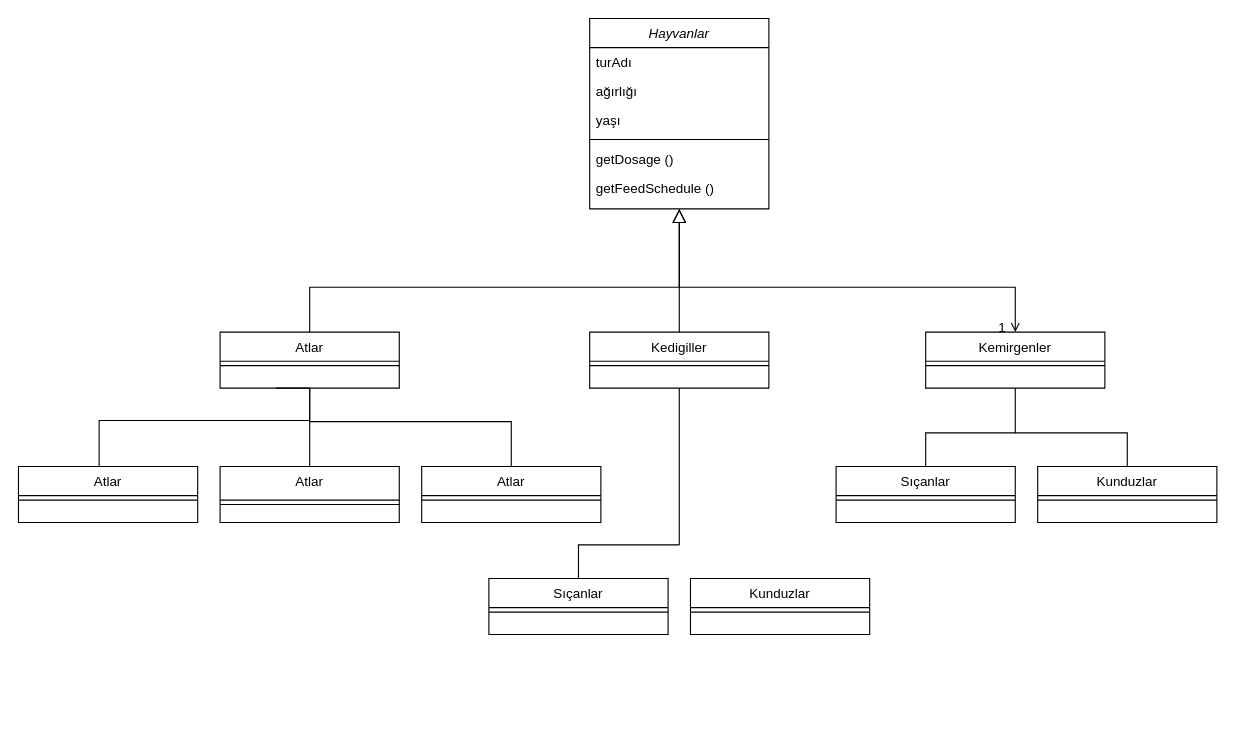
Above: Başlıksız Diyagram.drawio in sonmez27/OOP (draw.io), before the change. Source tidied: cells renumbered, new cells numbered last; positions are measured from the earlier drawing's top-left corner, leaving out a move shared by most shapes. Both pictures are drawn from the tidied source at 112%, with x=0, y=0 at pixel (-228, 18).
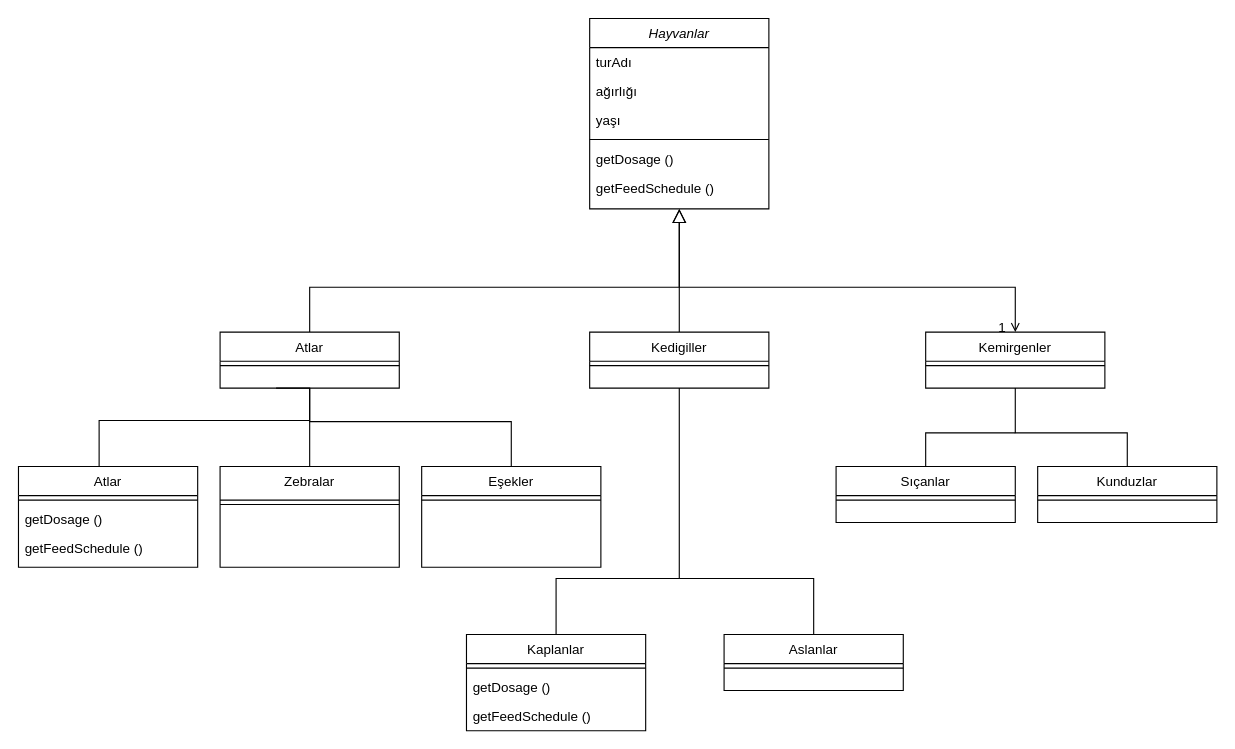
After the change.

Diff of the diagram source:
```diff
@@
     <mxCell id="21" value="Atlar" style="swimlane;fontStyle=0;align=center;verticalAlign=top;horizontal=1;startSize=26;rounded=0;shadow=0;strokeWidth=1;" parent="1" vertex="1">
-      <mxGeometry x="220" y="400" width="160" height="50" as="geometry" />
+      <mxGeometry x="220" y="400" width="160" height="90" as="geometry" />
     </mxCell>
@@
+    <mxCell id="40" value="getDosage ()" style="text;align=left;verticalAlign=top;spacingLeft=4;spacingRight=4;overflow=hidden;" parent="21" vertex="1">
+      <mxGeometry y="34" width="160" height="26" as="geometry" />
+    </mxCell>
+    <mxCell id="41" value="getFeedSchedule ()" style="text;align=left;verticalAlign=top;spacingLeft=4;spacingRight=4;overflow=hidden;" parent="21" vertex="1">
+      <mxGeometry y="60" width="160" height="26" as="geometry" />
+    </mxCell>
-    <mxCell id="23" value="Atlar" style="swimlane;fontStyle=0;align=center;verticalAlign=top;horizontal=1;startSize=26;rounded=0;shadow=0;strokeWidth=1;" parent="1" vertex="1">
-      <mxGeometry x="580" y="400" width="160" height="50" as="geometry" />
+    <mxCell id="23" value="Eşekler" style="swimlane;fontStyle=0;align=center;verticalAlign=top;horizontal=1;startSize=26;rounded=0;shadow=0;strokeWidth=1;" parent="1" vertex="1">
+      <mxGeometry x="580" y="400" width="160" height="90" as="geometry" />
     </mxCell>
@@
-    <mxCell id="25" value="Atlar" style="swimlane;fontStyle=0;align=center;verticalAlign=top;horizontal=1;startSize=30;rounded=0;shadow=0;strokeWidth=1;" parent="1" vertex="1">
-      <mxGeometry x="400" y="400" width="160" height="50" as="geometry" />
+    <mxCell id="25" value="Zebralar" style="swimlane;fontStyle=0;align=center;verticalAlign=top;horizontal=1;startSize=30;rounded=0;shadow=0;strokeWidth=1;" parent="1" vertex="1">
+      <mxGeometry x="400" y="400" width="160" height="90" as="geometry" />
     </mxCell>
@@
-    <mxCell id="34" value="Sıçanlar" style="swimlane;fontStyle=0;align=center;verticalAlign=top;horizontal=1;startSize=26;rounded=0;shadow=0;strokeWidth=1;" parent="1" vertex="1">
-      <mxGeometry x="640" y="500" width="160" height="50" as="geometry" />
+    <mxCell id="34" value="Kaplanlar" style="swimlane;fontStyle=0;align=center;verticalAlign=top;horizontal=1;startSize=26;rounded=0;shadow=0;strokeWidth=1;" parent="1" vertex="1">
+      <mxGeometry x="620" y="550" width="160" height="86" as="geometry" />
     </mxCell>
@@
+    <mxCell id="42" value="getDosage ()" style="text;align=left;verticalAlign=top;spacingLeft=4;spacingRight=4;overflow=hidden;" parent="34" vertex="1">
+      <mxGeometry y="34" width="160" height="26" as="geometry" />
+    </mxCell>
+    <mxCell id="43" value="getFeedSchedule ()" style="text;align=left;verticalAlign=top;spacingLeft=4;spacingRight=4;overflow=hidden;" parent="34" vertex="1">
+      <mxGeometry y="60" width="160" height="26" as="geometry" />
+    </mxCell>
+    <mxCell id="44" style="edgeStyle=orthogonalEdgeStyle;rounded=0;jettySize=auto;html=1;strokeColor=default;startArrow=none;startFill=0;endArrow=none;endFill=0;" parent="1" edge="1" source="36">
+      <mxGeometry relative="1" as="geometry">
+        <mxPoint x="810" y="500" as="targetPoint" />
+        <Array as="points">
+          <mxPoint x="930" y="500" />
+        </Array>
+      </mxGeometry>
+    </mxCell>
-    <mxCell id="36" value="Kunduzlar" style="swimlane;fontStyle=0;align=center;verticalAlign=top;horizontal=1;startSize=26;rounded=0;shadow=0;strokeWidth=1;" parent="1" vertex="1">
-      <mxGeometry x="820" y="500" width="160" height="50" as="geometry" />
+    <mxCell id="36" value="Aslanlar" style="swimlane;fontStyle=0;align=center;verticalAlign=top;horizontal=1;startSize=26;rounded=0;shadow=0;strokeWidth=1;" parent="1" vertex="1">
+      <mxGeometry x="850" y="550" width="160" height="50" as="geometry" />
     </mxCell>
@@
     <mxCell id="38" style="endArrow=none;endSize=10;endFill=0;shadow=0;strokeWidth=1;rounded=0;edgeStyle=elbowEdgeStyle;elbow=vertical;entryX=0.5;entryY=0;entryDx=0;entryDy=0;" parent="1" edge="1" target="34">
       <mxGeometry relative="1" as="geometry">
         <mxPoint x="810" y="470" as="sourcePoint" />
         <Array as="points">
+          <mxPoint x="790" y="500" />
           <mxPoint y="470" />
           <mxPoint x="60" y="470" />
         </Array>
       </mxGeometry>
     </mxCell>
```
